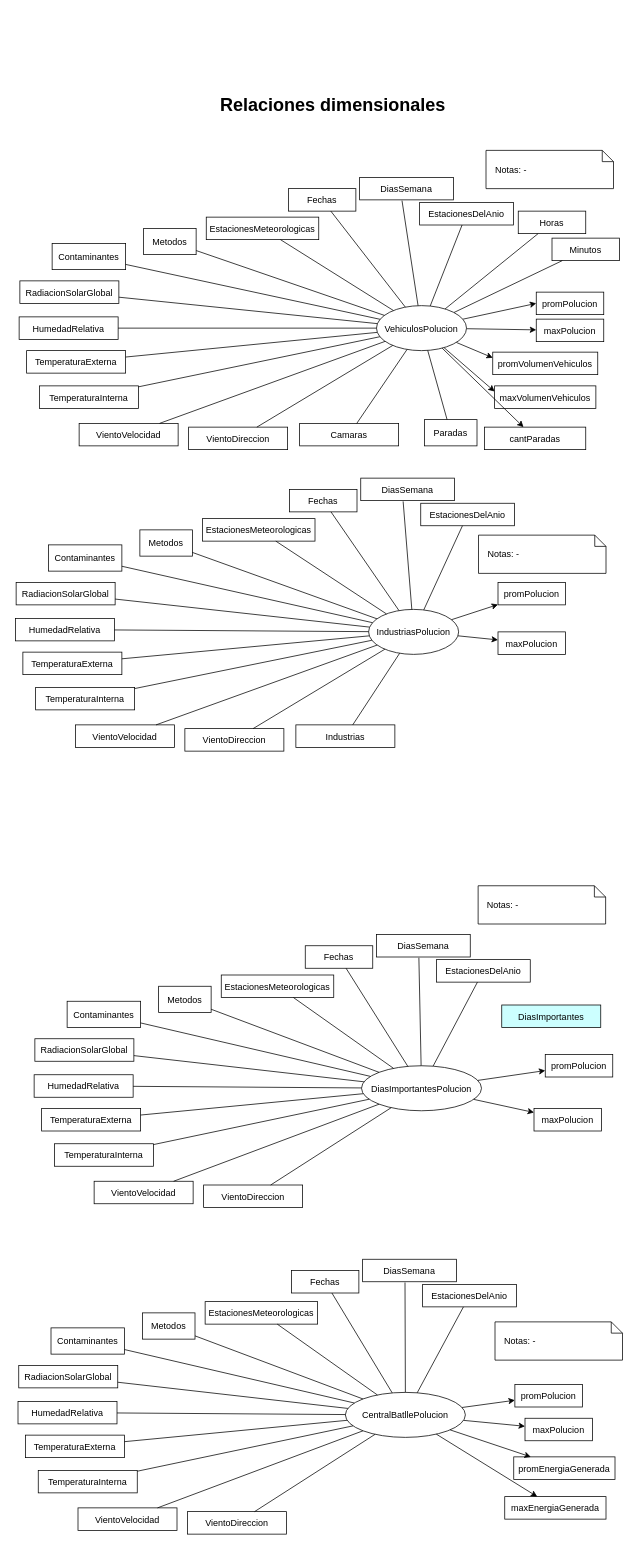
The draw.io diagram 2. Diseño conceptual/Relaciones dimensionales.drawio.xml in gonzalomelov/dw-calidad-aire-docs, before the edit. Source tidied: cells renumbered, new cells numbered last; positions are measured from the earlier drawing's top-left corner, leaving out a move shared by most shapes. Both pictures are drawn from the tidied source at 75%, with x=0, y=0 at pixel (15, 88).
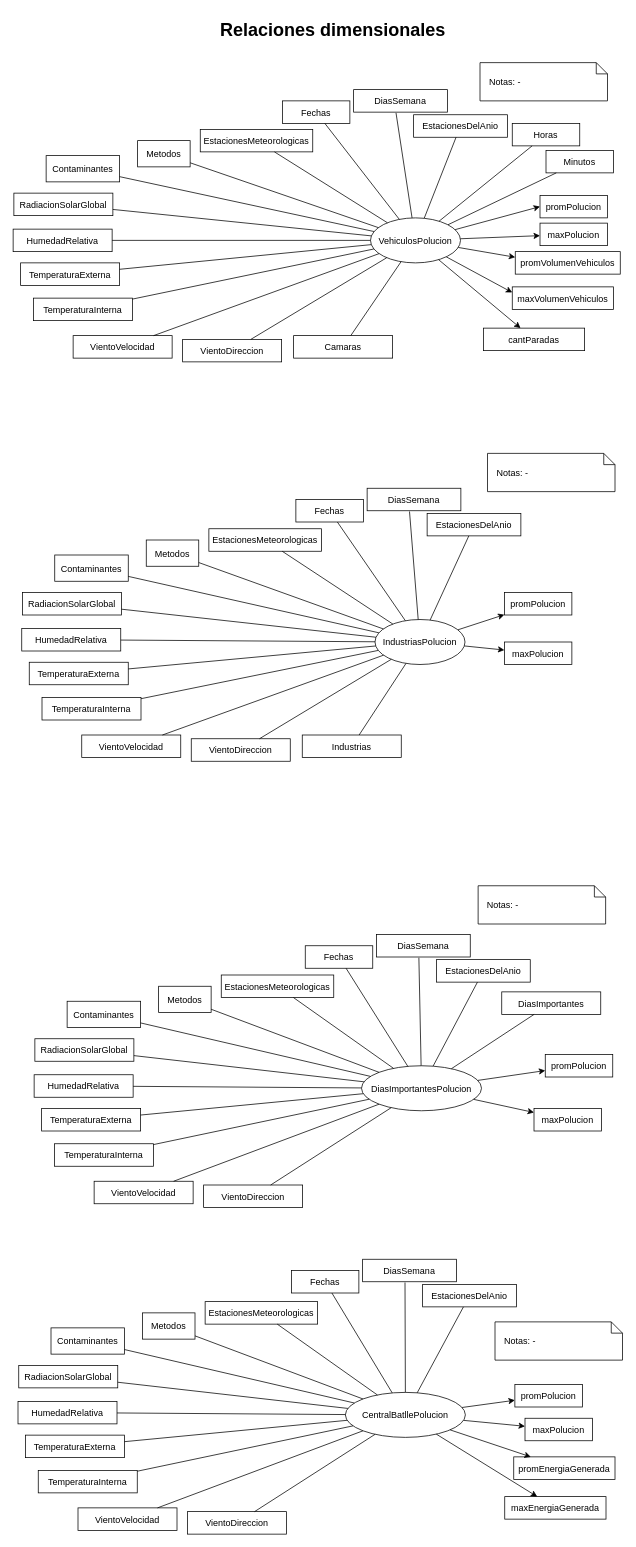
The same diagram, later.

The change refers to these unchanged cells:
```xml
<mxCell id="68" value="DiasImportantesPolucion" style="ellipse;" parent="1" vertex="1">
  <mxGeometry x="461.5" y="1303.5" width="160" height="60" as="geometry" />
</mxCell>
```

The edit, as a diff of the source:
```diff
@@
     <mxCell id="2" value="Relaciones dimensionales" style="text;align=center;verticalAlign=middle;fontFamily=Helvetica;fontSize=24;fontStyle=1;" parent="1" vertex="1">
-      <mxGeometry x="259" width="329" height="40" as="geometry" />
+      <mxGeometry x="259" y="-100" width="329" height="40" as="geometry" />
     </mxCell>
     <mxCell id="3" value="maxPolucion" parent="1" vertex="1">
-      <mxGeometry x="694.5" y="308" width="90" height="30" as="geometry" />
+      <mxGeometry x="699.5" y="180" width="90" height="30" as="geometry" />
     </mxCell>
@@
     <mxCell id="5" value="Industrias" parent="1" vertex="1">
-      <mxGeometry x="374" y="849" width="132" height="30" as="geometry" />
+      <mxGeometry x="382.5" y="862.5" width="132" height="30" as="geometry" />
     </mxCell>
     <mxCell id="6" value="EstacionesMeteorologicas" parent="1" vertex="1">
-      <mxGeometry x="249.5" y="574" width="150" height="30" as="geometry" />
+      <mxGeometry x="258" y="587.5" width="150" height="30" as="geometry" />
     </mxCell>
     <mxCell id="7" value="Metodos" parent="1" vertex="1">
-      <mxGeometry x="166" y="589" width="70" height="35" as="geometry" />
+      <mxGeometry x="174.5" y="602.5" width="70" height="35" as="geometry" />
     </mxCell>
     <mxCell id="8" value="promPolucion" parent="1" vertex="1">
-      <mxGeometry x="643.5" y="659" width="90" height="30" as="geometry" />
+      <mxGeometry x="652" y="672.5" width="90" height="30" as="geometry" />
     </mxCell>
     <mxCell id="9" value="IndustriasPolucion" style="ellipse;" parent="1" vertex="1">
-      <mxGeometry x="471" y="695" width="120" height="60" as="geometry" />
+      <mxGeometry x="479.5" y="708.5" width="120" height="60" as="geometry" />
     </mxCell>
@@
     <mxCell id="14" value="Contaminantes" parent="1" vertex="1">
-      <mxGeometry x="44" y="609" width="98" height="35" as="geometry" />
+      <mxGeometry x="52.5" y="622.5" width="98" height="35" as="geometry" />
     </mxCell>
@@
     <mxCell id="16" value="&lt;div&gt;Notas: -&lt;/div&gt;" style="shape=note;size=15;align=left;spacingLeft=10;html=1;whiteSpace=wrap;" parent="1" vertex="1">
-      <mxGeometry x="617.5" y="596" width="170" height="51" as="geometry" />
+      <mxGeometry x="629.5" y="487" width="170" height="51" as="geometry" />
     </mxCell>
     <mxCell id="17" value="Horas" parent="1" vertex="1">
-      <mxGeometry x="670.5" y="164" width="90" height="30" as="geometry" />
+      <mxGeometry x="662.5" y="47" width="90" height="30" as="geometry" />
     </mxCell>
     <mxCell id="18" value="Minutos" parent="1" vertex="1">
-      <mxGeometry x="715.5" y="200" width="90" height="30" as="geometry" />
+      <mxGeometry x="707.5" y="83" width="90" height="30" as="geometry" />
     </mxCell>
     <mxCell id="19" value="promVolumenVehiculos" parent="1" vertex="1">
-      <mxGeometry x="636.5" y="352" width="140" height="30" as="geometry" />
+      <mxGeometry x="666.5" y="218" width="140" height="30" as="geometry" />
     </mxCell>
@@
-    <mxCell id="21" value="Paradas" parent="1" vertex="1">
-      <mxGeometry x="545.5" y="442" width="70" height="35" as="geometry" />
-    </mxCell>
     <mxCell id="22" value="maxVolumenVehiculos" parent="1" vertex="1">
-      <mxGeometry x="639" y="397" width="135" height="30" as="geometry" />
+      <mxGeometry x="662.5" y="265" width="135" height="30" as="geometry" />
     </mxCell>
@@
     <mxCell id="24" value="promPolucion" parent="1" vertex="1">
-      <mxGeometry x="694.5" y="272" width="90" height="30" as="geometry" />
+      <mxGeometry x="699.5" y="143" width="90" height="30" as="geometry" />
     </mxCell>
@@
     <mxCell id="26" value="RadiacionSolarGlobal" parent="1" vertex="1">
-      <mxGeometry x="1" y="659" width="132" height="30" as="geometry" />
+      <mxGeometry x="9.5" y="672.5" width="132" height="30" as="geometry" />
     </mxCell>
     <mxCell id="27" value="HumedadRelativa" parent="1" vertex="1">
-      <mxGeometry y="707" width="132" height="30" as="geometry" />
+      <mxGeometry x="8.5" y="720.5" width="132" height="30" as="geometry" />
     </mxCell>
     <mxCell id="28" value="TemperaturaExterna" parent="1" vertex="1">
-      <mxGeometry x="10" y="752" width="132" height="30" as="geometry" />
+      <mxGeometry x="18.5" y="765.5" width="132" height="30" as="geometry" />
     </mxCell>
     <mxCell id="29" value="TemperaturaInterna" parent="1" vertex="1">
-      <mxGeometry x="27" y="799" width="132" height="30" as="geometry" />
+      <mxGeometry x="35.5" y="812.5" width="132" height="30" as="geometry" />
     </mxCell>
@@
     <mxCell id="34" value="VientoDireccion" parent="1" vertex="1">
-      <mxGeometry x="226" y="854" width="132" height="30" as="geometry" />
+      <mxGeometry x="234.5" y="867.5" width="132" height="30" as="geometry" />
     </mxCell>
     <mxCell id="35" value="VientoVelocidad" parent="1" vertex="1">
-      <mxGeometry x="80" y="849" width="132" height="30" as="geometry" />
+      <mxGeometry x="88.5" y="862.5" width="132" height="30" as="geometry" />
     </mxCell>
@@
     <mxCell id="38" value="Camaras" parent="1" vertex="1">
-      <mxGeometry x="379" y="447" width="132" height="30" as="geometry" />
+      <mxGeometry x="371" y="330" width="132" height="30" as="geometry" />
     </mxCell>
     <mxCell id="39" value="EstacionesMeteorologicas" parent="1" vertex="1">
-      <mxGeometry x="254.5" y="172" width="150" height="30" as="geometry" />
+      <mxGeometry x="246.5" y="55" width="150" height="30" as="geometry" />
     </mxCell>
     <mxCell id="40" value="Fechas" parent="1" vertex="1">
-      <mxGeometry x="364" y="134" width="90" height="30" as="geometry" />
+      <mxGeometry x="356" y="17" width="90" height="30" as="geometry" />
     </mxCell>
     <mxCell id="41" value="Metodos" parent="1" vertex="1">
-      <mxGeometry x="171" y="187" width="70" height="35" as="geometry" />
+      <mxGeometry x="163" y="70" width="70" height="35" as="geometry" />
     </mxCell>
     <mxCell id="42" value="VehiculosPolucion" style="ellipse;" parent="1" vertex="1">
-      <mxGeometry x="481.5" y="290" width="120" height="60" as="geometry" />
+      <mxGeometry x="473.5" y="173" width="120" height="60" as="geometry" />
     </mxCell>
@@
     <mxCell id="47" value="Contaminantes" parent="1" vertex="1">
-      <mxGeometry x="49" y="207" width="98" height="35" as="geometry" />
+      <mxGeometry x="41" y="90" width="98" height="35" as="geometry" />
     </mxCell>
@@
     <mxCell id="49" value="&lt;div&gt;Notas: -&lt;/div&gt;" style="shape=note;size=15;align=left;spacingLeft=10;html=1;whiteSpace=wrap;" parent="1" vertex="1">
-      <mxGeometry x="627.5" y="83" width="170" height="51" as="geometry" />
+      <mxGeometry x="619.5" y="-34" width="170" height="51" as="geometry" />
     </mxCell>
     <mxCell id="50" value="RadiacionSolarGlobal" parent="1" vertex="1">
-      <mxGeometry x="6" y="257" width="132" height="30" as="geometry" />
+      <mxGeometry x="-2" y="140" width="132" height="30" as="geometry" />
     </mxCell>
     <mxCell id="51" value="HumedadRelativa" parent="1" vertex="1">
-      <mxGeometry x="5" y="305" width="132" height="30" as="geometry" />
+      <mxGeometry x="-3" y="188" width="132" height="30" as="geometry" />
     </mxCell>
     <mxCell id="52" value="TemperaturaExterna" parent="1" vertex="1">
-      <mxGeometry x="15" y="350" width="132" height="30" as="geometry" />
+      <mxGeometry x="7" y="233" width="132" height="30" as="geometry" />
     </mxCell>
     <mxCell id="53" value="TemperaturaInterna" parent="1" vertex="1">
-      <mxGeometry x="32" y="397" width="132" height="30" as="geometry" />
+      <mxGeometry x="24" y="280" width="132" height="30" as="geometry" />
     </mxCell>
@@
     <mxCell id="58" value="VientoDireccion" parent="1" vertex="1">
-      <mxGeometry x="231" y="452" width="132" height="30" as="geometry" />
+      <mxGeometry x="223" y="335" width="132" height="30" as="geometry" />
     </mxCell>
     <mxCell id="59" value="VientoVelocidad" parent="1" vertex="1">
-      <mxGeometry x="85" y="447" width="132" height="30" as="geometry" />
+      <mxGeometry x="77" y="330" width="132" height="30" as="geometry" />
     </mxCell>
@@
-    <mxCell id="62" style="edgeStyle=none;endArrow=none;" parent="1" edge="1" source="42" target="21">
-      <mxGeometry relative="1" as="geometry" />
-    </mxCell>
@@
-    <mxCell id="87" value="DiasImportantes" style="fillColor=#CCFFFF;" parent="1" vertex="1">
-      <mxGeometry x="648.5" y="1222.5" width="132" height="30" as="geometry" />
+    <mxCell id="87" value="DiasImportantes" style="fillColor=#ffffff;strokeColor=#000000;" parent="1" vertex="1">
+      <mxGeometry x="648.5" y="1205" width="132" height="30" as="geometry" />
     </mxCell>
@@
     <mxCell id="112" value="maxPolucion" parent="1" vertex="1">
-      <mxGeometry x="643.5" y="725" width="90" height="30" as="geometry" />
+      <mxGeometry x="652" y="738.5" width="90" height="30" as="geometry" />
     </mxCell>
@@
     <mxCell id="120" value="EstacionesDelAnio" parent="1" vertex="1">
-      <mxGeometry x="539" y="152.5" width="125" height="30" as="geometry" />
+      <mxGeometry x="531" y="35.5" width="125" height="30" as="geometry" />
     </mxCell>
@@
     <mxCell id="122" value="cantParadas" parent="1" vertex="1">
-      <mxGeometry x="625.5" y="452" width="135" height="30" as="geometry" />
+      <mxGeometry x="624" y="320" width="135" height="30" as="geometry" />
     </mxCell>
@@
     <mxCell id="124" value="DiasSemana" parent="1" vertex="1">
-      <mxGeometry x="459" y="119" width="125" height="30" as="geometry" />
+      <mxGeometry x="451" y="2" width="125" height="30" as="geometry" />
     </mxCell>
@@
     <mxCell id="126" value="Fechas" parent="1" vertex="1">
-      <mxGeometry x="365.5" y="535" width="90" height="30" as="geometry" />
+      <mxGeometry x="374" y="548.5" width="90" height="30" as="geometry" />
     </mxCell>
@@
     <mxCell id="128" value="EstacionesDelAnio" parent="1" vertex="1">
-      <mxGeometry x="540.5" y="553.5" width="125" height="30" as="geometry" />
+      <mxGeometry x="549" y="567" width="125" height="30" as="geometry" />
     </mxCell>
@@
     <mxCell id="130" value="DiasSemana" parent="1" vertex="1">
-      <mxGeometry x="460.5" y="520" width="125" height="30" as="geometry" />
+      <mxGeometry x="469" y="533.5" width="125" height="30" as="geometry" />
     </mxCell>
@@
+    <mxCell id="144" style="edgeStyle=none;endArrow=none;" parent="1" edge="1" source="68" target="87">
+      <mxGeometry relative="1" as="geometry" />
+    </mxCell>
```
